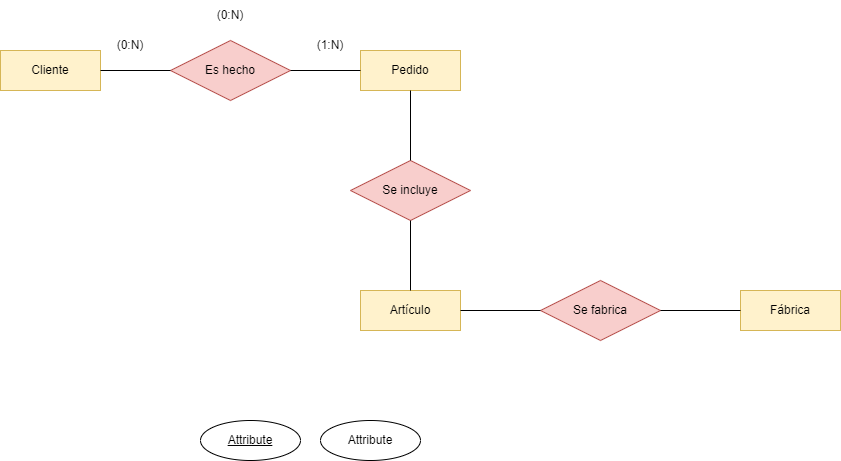
Earlier version of the draw.io export IMG/Sistema de artículos - Encargo.drawio.png (samugd17/base-datos-bae-). Source tidied: cells renumbered, new cells last; positions are measured from the earlier drawing's top-left corner, leaving out a move shared by most shapes.
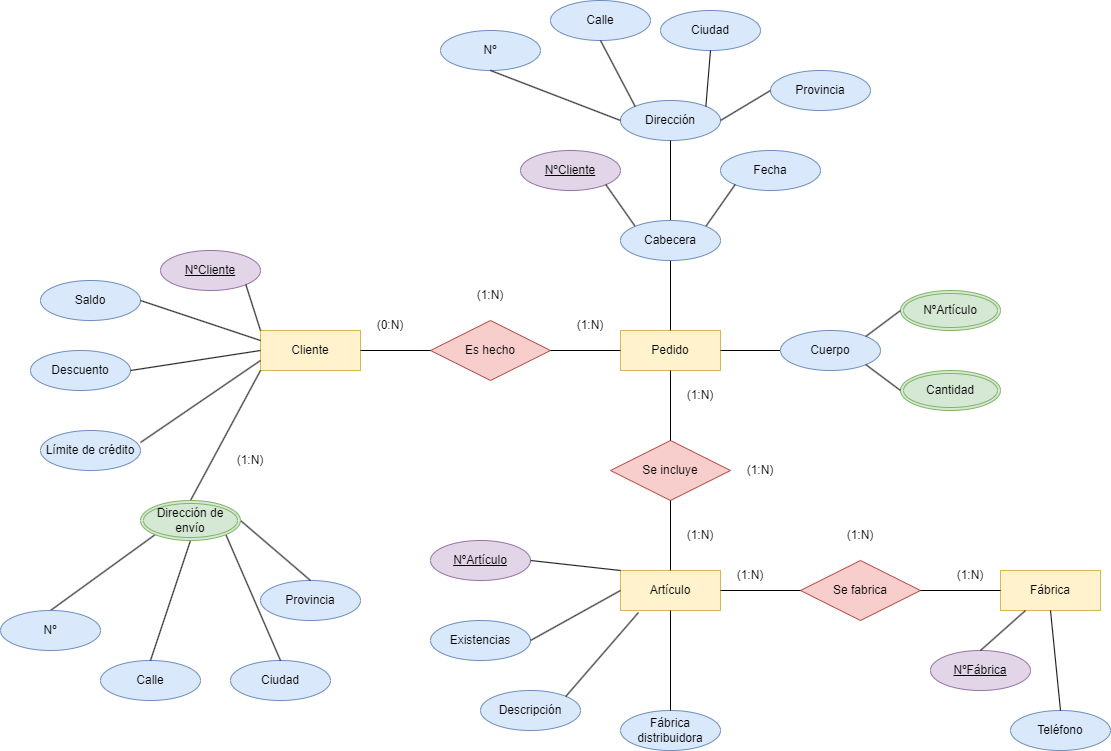
After the change.

The edit, as a diff of the source:
```diff
@@ -23,11 +23,11 @@
     <mxCell id="8" value="Se fabrica" style="shape=rhombus;perimeter=rhombusPerimeter;whiteSpace=wrap;html=1;align=center;fillColor=#f8cecc;strokeColor=#b85450;" parent="1" vertex="1">
       <mxGeometry x="540" y="280" width="120" height="60" as="geometry" />
     </mxCell>
-    <mxCell id="9" value="Attribute" style="ellipse;whiteSpace=wrap;html=1;align=center;fontStyle=4;" parent="1" vertex="1">
-      <mxGeometry x="200" y="420" width="100" height="40" as="geometry" />
+    <mxCell id="9" value="NºCliente" style="ellipse;whiteSpace=wrap;html=1;align=center;fontStyle=4;fillColor=#e1d5e7;strokeColor=#9673a6;" parent="1" vertex="1">
+      <mxGeometry x="-100" y="-30" width="100" height="40" as="geometry" />
     </mxCell>
-    <mxCell id="10" value="Attribute" style="ellipse;whiteSpace=wrap;html=1;align=center;" parent="1" vertex="1">
-      <mxGeometry x="320" y="420" width="100" height="40" as="geometry" />
+    <mxCell id="10" value="Saldo" style="ellipse;whiteSpace=wrap;html=1;align=center;fillColor=#dae8fc;strokeColor=#6c8ebf;" parent="1" vertex="1">
+      <mxGeometry x="-220" width="100" height="40" as="geometry" />
     </mxCell>
     <mxCell id="11" style="endArrow=none;html=1;rounded=0;exitX=1;exitY=0.5;exitDx=0;exitDy=0;entryX=0;entryY=0.5;entryDx=0;entryDy=0;" parent="1" edge="1" source="2" target="6">
       <mxGeometry relative="1" as="geometry" />
@@ -41,7 +41,7 @@
     <mxCell id="14" value="(0:N)" style="text;html=1;strokeColor=none;fillColor=none;align=center;verticalAlign=middle;whiteSpace=wrap;rounded=0;" parent="1" vertex="1">
       <mxGeometry x="100" y="30" width="60" height="30" as="geometry" />
     </mxCell>
-    <mxCell id="15" value="(0:N)" style="text;html=1;strokeColor=none;fillColor=none;align=center;verticalAlign=middle;whiteSpace=wrap;rounded=0;" parent="1" vertex="1">
+    <mxCell id="15" value="(1:N)" style="text;html=1;strokeColor=none;fillColor=none;align=center;verticalAlign=middle;whiteSpace=wrap;rounded=0;" parent="1" vertex="1">
       <mxGeometry x="200" width="60" height="30" as="geometry" />
     </mxCell>
     <mxCell id="16" style="endArrow=none;html=1;rounded=0;entryX=0.5;entryY=0;entryDx=0;entryDy=0;exitX=0.5;exitY=1;exitDx=0;exitDy=0;" parent="1" edge="1" source="7" target="3">
@@ -56,5 +56,176 @@
     <mxCell id="19" style="endArrow=none;html=1;rounded=0;entryX=0;entryY=0.5;entryDx=0;entryDy=0;exitX=1;exitY=0.5;exitDx=0;exitDy=0;" parent="1" edge="1" source="8" target="5">
       <mxGeometry relative="1" as="geometry" />
     </mxCell>
+    <mxCell id="20" value="(1:N)" style="text;html=1;strokeColor=none;fillColor=none;align=center;verticalAlign=middle;whiteSpace=wrap;rounded=0;" parent="1" vertex="1">
+      <mxGeometry x="410" y="240" width="60" height="30" as="geometry" />
+    </mxCell>
+    <mxCell id="21" value="(1:N)" style="text;html=1;strokeColor=none;fillColor=none;align=center;verticalAlign=middle;whiteSpace=wrap;rounded=0;" parent="1" vertex="1">
+      <mxGeometry x="410" y="100" width="60" height="30" as="geometry" />
+    </mxCell>
+    <mxCell id="22" value="(1:N)" style="text;html=1;strokeColor=none;fillColor=none;align=center;verticalAlign=middle;whiteSpace=wrap;rounded=0;" parent="1" vertex="1">
+      <mxGeometry x="470" y="175" width="60" height="30" as="geometry" />
+    </mxCell>
+    <mxCell id="23" value="(1:N)" style="text;html=1;strokeColor=none;fillColor=none;align=center;verticalAlign=middle;whiteSpace=wrap;rounded=0;" parent="1" vertex="1">
+      <mxGeometry x="680" y="280" width="60" height="30" as="geometry" />
+    </mxCell>
+    <mxCell id="24" value="(1:N)" style="text;html=1;strokeColor=none;fillColor=none;align=center;verticalAlign=middle;whiteSpace=wrap;rounded=0;" parent="1" vertex="1">
+      <mxGeometry x="460" y="280" width="60" height="30" as="geometry" />
+    </mxCell>
+    <mxCell id="25" value="(1:N)" style="text;html=1;strokeColor=none;fillColor=none;align=center;verticalAlign=middle;whiteSpace=wrap;rounded=0;" parent="1" vertex="1">
+      <mxGeometry x="570" y="240" width="60" height="30" as="geometry" />
+    </mxCell>
+    <mxCell id="26" value="Descuento" style="ellipse;whiteSpace=wrap;html=1;align=center;fillColor=#dae8fc;strokeColor=#6c8ebf;" parent="1" vertex="1">
+      <mxGeometry x="-230" y="70" width="100" height="40" as="geometry" />
+    </mxCell>
+    <mxCell id="27" value="Límite de crédito" style="ellipse;whiteSpace=wrap;html=1;align=center;fillColor=#dae8fc;strokeColor=#6c8ebf;" parent="1" vertex="1">
+      <mxGeometry x="-220" y="150" width="100" height="40" as="geometry" />
+    </mxCell>
+    <mxCell id="28" style="endArrow=none;html=1;rounded=0;exitX=1;exitY=1;exitDx=0;exitDy=0;entryX=0;entryY=0;entryDx=0;entryDy=0;" parent="1" edge="1" source="9" target="2">
+      <mxGeometry relative="1" as="geometry" />
+    </mxCell>
+    <mxCell id="29" style="endArrow=none;html=1;rounded=0;exitX=0;exitY=0.25;exitDx=0;exitDy=0;entryX=1;entryY=0.5;entryDx=0;entryDy=0;" parent="1" edge="1" source="2" target="10">
+      <mxGeometry relative="1" as="geometry" />
+    </mxCell>
+    <mxCell id="30" style="endArrow=none;html=1;rounded=0;exitX=1;exitY=0.5;exitDx=0;exitDy=0;entryX=0;entryY=0.5;entryDx=0;entryDy=0;" parent="1" edge="1" source="26" target="2">
+      <mxGeometry relative="1" as="geometry" />
+    </mxCell>
+    <mxCell id="31" style="endArrow=none;html=1;rounded=0;exitX=1;exitY=0.3;exitDx=0;exitDy=0;entryX=0;entryY=0.75;entryDx=0;entryDy=0;exitPerimeter=0;" parent="1" edge="1" source="27" target="2">
+      <mxGeometry relative="1" as="geometry" />
+    </mxCell>
+    <mxCell id="32" style="endArrow=none;html=1;rounded=0;entryX=0;entryY=1;entryDx=0;entryDy=0;exitX=0.5;exitY=0;exitDx=0;exitDy=0;" parent="1" edge="1" source="54" target="2">
+      <mxGeometry relative="1" as="geometry" />
+    </mxCell>
+    <mxCell id="33" value="(1:N)" style="text;html=1;strokeColor=none;fillColor=none;align=center;verticalAlign=middle;whiteSpace=wrap;rounded=0;" parent="1" vertex="1">
+      <mxGeometry x="-40" y="165" width="60" height="30" as="geometry" />
+    </mxCell>
+    <mxCell id="34" value="NºArtículo" style="ellipse;whiteSpace=wrap;html=1;align=center;fontStyle=4;fillColor=#e1d5e7;strokeColor=#9673a6;" parent="1" vertex="1">
+      <mxGeometry x="170" y="260" width="100" height="40" as="geometry" />
+    </mxCell>
+    <mxCell id="35" value="Existencias" style="ellipse;whiteSpace=wrap;html=1;align=center;fillColor=#dae8fc;strokeColor=#6c8ebf;" parent="1" vertex="1">
+      <mxGeometry x="170" y="340" width="100" height="40" as="geometry" />
+    </mxCell>
+    <mxCell id="36" value="Fábrica distribuidora" style="ellipse;whiteSpace=wrap;html=1;align=center;fillColor=#dae8fc;strokeColor=#6c8ebf;" parent="1" vertex="1">
+      <mxGeometry x="360" y="430" width="100" height="40" as="geometry" />
+    </mxCell>
+    <mxCell id="37" value="Descripción" style="ellipse;whiteSpace=wrap;html=1;align=center;fillColor=#dae8fc;strokeColor=#6c8ebf;" parent="1" vertex="1">
+      <mxGeometry x="220" y="410" width="100" height="40" as="geometry" />
+    </mxCell>
+    <mxCell id="38" style="endArrow=none;html=1;rounded=0;entryX=1;entryY=0.5;entryDx=0;entryDy=0;exitX=0;exitY=0.5;exitDx=0;exitDy=0;" parent="1" edge="1" source="3" target="35">
+      <mxGeometry relative="1" as="geometry" />
+    </mxCell>
+    <mxCell id="39" style="endArrow=none;html=1;rounded=0;entryX=1;entryY=0.5;entryDx=0;entryDy=0;exitX=0;exitY=0;exitDx=0;exitDy=0;" parent="1" edge="1" source="3" target="34">
+      <mxGeometry relative="1" as="geometry" />
+    </mxCell>
+    <mxCell id="40" style="endArrow=none;html=1;rounded=0;entryX=0.5;entryY=0;entryDx=0;entryDy=0;exitX=0.5;exitY=1;exitDx=0;exitDy=0;" parent="1" edge="1" source="3" target="36">
+      <mxGeometry relative="1" as="geometry" />
+    </mxCell>
+    <mxCell id="41" style="endArrow=none;html=1;rounded=0;entryX=1;entryY=0;entryDx=0;entryDy=0;exitX=0.18;exitY=1.05;exitDx=0;exitDy=0;exitPerimeter=0;" parent="1" edge="1" source="3" target="37">
+      <mxGeometry relative="1" as="geometry" />
+    </mxCell>
+    <mxCell id="42" value="NºFábrica" style="ellipse;whiteSpace=wrap;html=1;align=center;fontStyle=4;fillColor=#e1d5e7;strokeColor=#9673a6;" parent="1" vertex="1">
+      <mxGeometry x="670" y="370" width="100" height="40" as="geometry" />
+    </mxCell>
+    <mxCell id="43" value="Teléfono" style="ellipse;whiteSpace=wrap;html=1;align=center;fillColor=#dae8fc;strokeColor=#6c8ebf;" parent="1" vertex="1">
+      <mxGeometry x="750" y="430" width="100" height="40" as="geometry" />
+    </mxCell>
+    <mxCell id="44" style="endArrow=none;html=1;rounded=0;entryX=0.25;entryY=1;entryDx=0;entryDy=0;exitX=0.5;exitY=0;exitDx=0;exitDy=0;" parent="1" edge="1" source="42" target="5">
+      <mxGeometry relative="1" as="geometry" />
+    </mxCell>
+    <mxCell id="45" style="endArrow=none;html=1;rounded=0;entryX=0.5;entryY=1;entryDx=0;entryDy=0;exitX=0.5;exitY=0;exitDx=0;exitDy=0;" parent="1" edge="1" source="43" target="5">
+      <mxGeometry relative="1" as="geometry" />
+    </mxCell>
+    <mxCell id="46" style="endArrow=none;html=1;rounded=0;entryX=0.5;entryY=0;entryDx=0;entryDy=0;exitX=0;exitY=1;exitDx=0;exitDy=0;" parent="1" edge="1" source="54" target="50">
+      <mxGeometry relative="1" as="geometry" />
+    </mxCell>
+    <mxCell id="47" value="Provincia" style="ellipse;whiteSpace=wrap;html=1;align=center;fillColor=#dae8fc;strokeColor=#6c8ebf;" parent="1" vertex="1">
+      <mxGeometry y="300" width="100" height="40" as="geometry" />
+    </mxCell>
+    <mxCell id="48" value="Ciudad" style="ellipse;whiteSpace=wrap;html=1;align=center;fillColor=#dae8fc;strokeColor=#6c8ebf;" parent="1" vertex="1">
+      <mxGeometry x="-30" y="380" width="100" height="40" as="geometry" />
+    </mxCell>
+    <mxCell id="49" value="Calle" style="ellipse;whiteSpace=wrap;html=1;align=center;fillColor=#dae8fc;strokeColor=#6c8ebf;" parent="1" vertex="1">
+      <mxGeometry x="-160" y="380" width="100" height="40" as="geometry" />
+    </mxCell>
+    <mxCell id="50" value="Nº" style="ellipse;whiteSpace=wrap;html=1;align=center;fillColor=#dae8fc;strokeColor=#6c8ebf;" parent="1" vertex="1">
+      <mxGeometry x="-260" y="330" width="100" height="40" as="geometry" />
+    </mxCell>
+    <mxCell id="51" style="endArrow=none;html=1;rounded=0;entryX=0.5;entryY=0;entryDx=0;entryDy=0;exitX=0.5;exitY=1;exitDx=0;exitDy=0;" parent="1" edge="1" source="54" target="49">
+      <mxGeometry relative="1" as="geometry" />
+    </mxCell>
+    <mxCell id="52" style="endArrow=none;html=1;rounded=0;entryX=0.5;entryY=0;entryDx=0;entryDy=0;exitX=1;exitY=0.5;exitDx=0;exitDy=0;" parent="1" edge="1" source="54" target="47">
+      <mxGeometry relative="1" as="geometry" />
+    </mxCell>
+    <mxCell id="53" style="endArrow=none;html=1;rounded=0;entryX=0.5;entryY=0;entryDx=0;entryDy=0;exitX=1;exitY=1;exitDx=0;exitDy=0;" parent="1" edge="1" source="54" target="48">
+      <mxGeometry relative="1" as="geometry" />
+    </mxCell>
+    <mxCell id="54" value="Dirección de envío" style="ellipse;shape=doubleEllipse;margin=3;whiteSpace=wrap;html=1;align=center;fillColor=#d5e8d4;strokeColor=#82b366;" parent="1" vertex="1">
+      <mxGeometry x="-120" y="220" width="100" height="40" as="geometry" />
+    </mxCell>
+    <mxCell id="55" style="endArrow=none;html=1;rounded=0;entryX=0.5;entryY=0;entryDx=0;entryDy=0;exitX=0.5;exitY=1;exitDx=0;exitDy=0;" parent="1" edge="1" source="72" target="4">
+      <mxGeometry relative="1" as="geometry" />
+    </mxCell>
+    <mxCell id="56" style="endArrow=none;html=1;rounded=0;entryX=1;entryY=0.5;entryDx=0;entryDy=0;exitX=0;exitY=0.5;exitDx=0;exitDy=0;" parent="1" edge="1" source="71" target="4">
+      <mxGeometry relative="1" as="geometry" />
+    </mxCell>
+    <mxCell id="57" value="Dirección" style="ellipse;whiteSpace=wrap;html=1;align=center;fillColor=#dae8fc;strokeColor=#6c8ebf;" parent="1" vertex="1">
+      <mxGeometry x="360" y="-180" width="100" height="40" as="geometry" />
+    </mxCell>
+    <mxCell id="58" value="Fecha" style="ellipse;whiteSpace=wrap;html=1;align=center;fillColor=#dae8fc;strokeColor=#6c8ebf;" parent="1" vertex="1">
+      <mxGeometry x="460" y="-130" width="100" height="40" as="geometry" />
+    </mxCell>
+    <mxCell id="59" style="endArrow=none;html=1;rounded=0;exitX=0;exitY=1;exitDx=0;exitDy=0;entryX=1;entryY=0;entryDx=0;entryDy=0;" parent="1" edge="1" source="58" target="72">
+      <mxGeometry relative="1" as="geometry" />
+    </mxCell>
+    <mxCell id="60" value="NºCliente" style="ellipse;whiteSpace=wrap;html=1;align=center;fontStyle=4;fillColor=#e1d5e7;strokeColor=#9673a6;" parent="1" vertex="1">
+      <mxGeometry x="260" y="-130" width="100" height="40" as="geometry" />
+    </mxCell>
+    <mxCell id="61" style="endArrow=none;html=1;rounded=0;exitX=1;exitY=1;exitDx=0;exitDy=0;entryX=0;entryY=0;entryDx=0;entryDy=0;" parent="1" edge="1" source="60" target="72">
+      <mxGeometry relative="1" as="geometry" />
+    </mxCell>
+    <mxCell id="62" style="endArrow=none;html=1;rounded=0;exitX=0.5;exitY=1;exitDx=0;exitDy=0;entryX=0.5;entryY=0;entryDx=0;entryDy=0;" parent="1" edge="1" source="57" target="72">
+      <mxGeometry relative="1" as="geometry" />
+    </mxCell>
+    <mxCell id="63" value="Provincia" style="ellipse;whiteSpace=wrap;html=1;align=center;fillColor=#dae8fc;strokeColor=#6c8ebf;" parent="1" vertex="1">
+      <mxGeometry x="510" y="-210" width="100" height="40" as="geometry" />
+    </mxCell>
+    <mxCell id="64" value="Ciudad" style="ellipse;whiteSpace=wrap;html=1;align=center;fillColor=#dae8fc;strokeColor=#6c8ebf;" parent="1" vertex="1">
+      <mxGeometry x="400" y="-270" width="100" height="40" as="geometry" />
+    </mxCell>
+    <mxCell id="65" value="Calle" style="ellipse;whiteSpace=wrap;html=1;align=center;fillColor=#dae8fc;strokeColor=#6c8ebf;" parent="1" vertex="1">
+      <mxGeometry x="290" y="-280" width="100" height="40" as="geometry" />
+    </mxCell>
+    <mxCell id="66" value="Nº" style="ellipse;whiteSpace=wrap;html=1;align=center;fillColor=#dae8fc;strokeColor=#6c8ebf;" parent="1" vertex="1">
+      <mxGeometry x="180" y="-250" width="100" height="40" as="geometry" />
+    </mxCell>
+    <mxCell id="67" style="endArrow=none;html=1;rounded=0;exitX=0.5;exitY=1;exitDx=0;exitDy=0;entryX=1;entryY=0;entryDx=0;entryDy=0;" parent="1" edge="1" source="64" target="57">
+      <mxGeometry relative="1" as="geometry" />
+    </mxCell>
+    <mxCell id="68" style="endArrow=none;html=1;rounded=0;exitX=0;exitY=0.5;exitDx=0;exitDy=0;entryX=1;entryY=0.5;entryDx=0;entryDy=0;" parent="1" edge="1" source="63" target="57">
+      <mxGeometry relative="1" as="geometry" />
+    </mxCell>
+    <mxCell id="69" style="endArrow=none;html=1;rounded=0;exitX=0.5;exitY=1;exitDx=0;exitDy=0;entryX=0;entryY=0;entryDx=0;entryDy=0;" parent="1" edge="1" source="65" target="57">
+      <mxGeometry relative="1" as="geometry" />
+    </mxCell>
+    <mxCell id="70" style="endArrow=none;html=1;rounded=0;exitX=0.5;exitY=1;exitDx=0;exitDy=0;entryX=0;entryY=0.5;entryDx=0;entryDy=0;" parent="1" edge="1" source="66" target="57">
+      <mxGeometry relative="1" as="geometry" />
+    </mxCell>
+    <mxCell id="71" value="Cuerpo" style="ellipse;whiteSpace=wrap;html=1;align=center;fillColor=#dae8fc;strokeColor=#6c8ebf;" parent="1" vertex="1">
+      <mxGeometry x="520" y="50" width="100" height="40" as="geometry" />
+    </mxCell>
+    <mxCell id="72" value="Cabecera" style="ellipse;whiteSpace=wrap;html=1;align=center;fillColor=#dae8fc;strokeColor=#6c8ebf;" parent="1" vertex="1">
+      <mxGeometry x="360" y="-60" width="100" height="40" as="geometry" />
+    </mxCell>
+    <mxCell id="73" value="NºArtículo" style="ellipse;shape=doubleEllipse;margin=3;whiteSpace=wrap;html=1;align=center;fillColor=#d5e8d4;strokeColor=#82b366;" parent="1" vertex="1">
+      <mxGeometry x="640" y="10" width="100" height="40" as="geometry" />
+    </mxCell>
+    <mxCell id="74" value="Cantidad" style="ellipse;shape=doubleEllipse;margin=3;whiteSpace=wrap;html=1;align=center;fillColor=#d5e8d4;strokeColor=#82b366;" parent="1" vertex="1">
+      <mxGeometry x="640" y="90" width="100" height="40" as="geometry" />
+    </mxCell>
+    <mxCell id="75" style="endArrow=none;html=1;rounded=0;exitX=0;exitY=0.5;exitDx=0;exitDy=0;entryX=1;entryY=1;entryDx=0;entryDy=0;" parent="1" edge="1" source="74" target="71">
+      <mxGeometry relative="1" as="geometry" />
+    </mxCell>
+    <mxCell id="76" style="endArrow=none;html=1;rounded=0;exitX=0;exitY=0.5;exitDx=0;exitDy=0;entryX=1;entryY=0;entryDx=0;entryDy=0;" parent="1" edge="1" source="73" target="71">
+      <mxGeometry relative="1" as="geometry" />
+    </mxCell>
   </root>
 </mxGraphModel>
```
